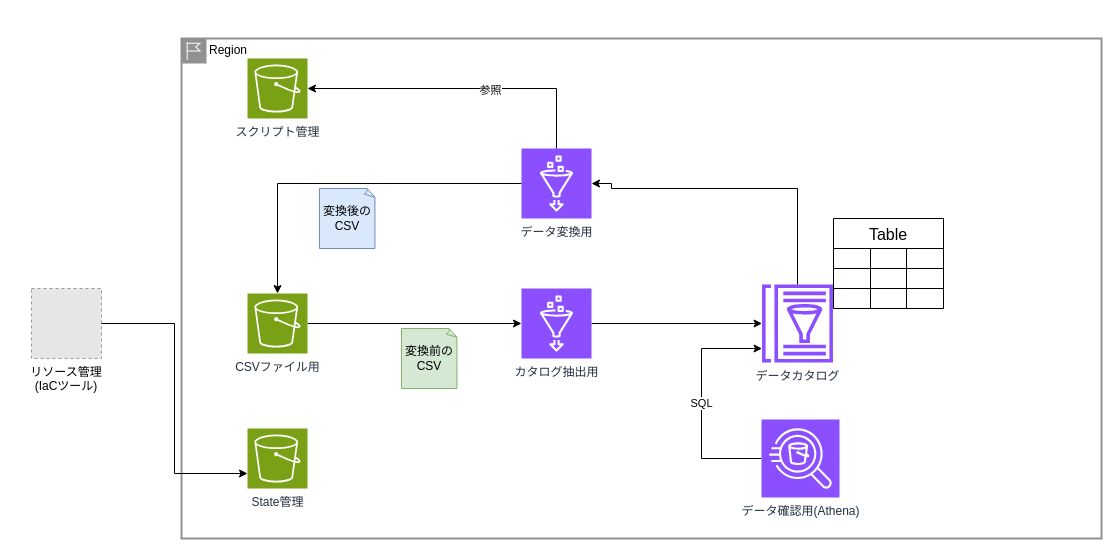
atomisu0312/stock_csv_glue keeps this draw.io diagram as presentation/doc/pieline.drawio. Above is the earlier version. Source tidied: cells renumbered, new cells numbered last; positions are measured from the earlier drawing's top-left corner, leaving out a move shared by most shapes. Both pictures are drawn from the tidied source at 100%, with x=0, y=0 at pixel (31, 38). Pictures stored in the file or linked from it are replaced by grey dashed boxes.
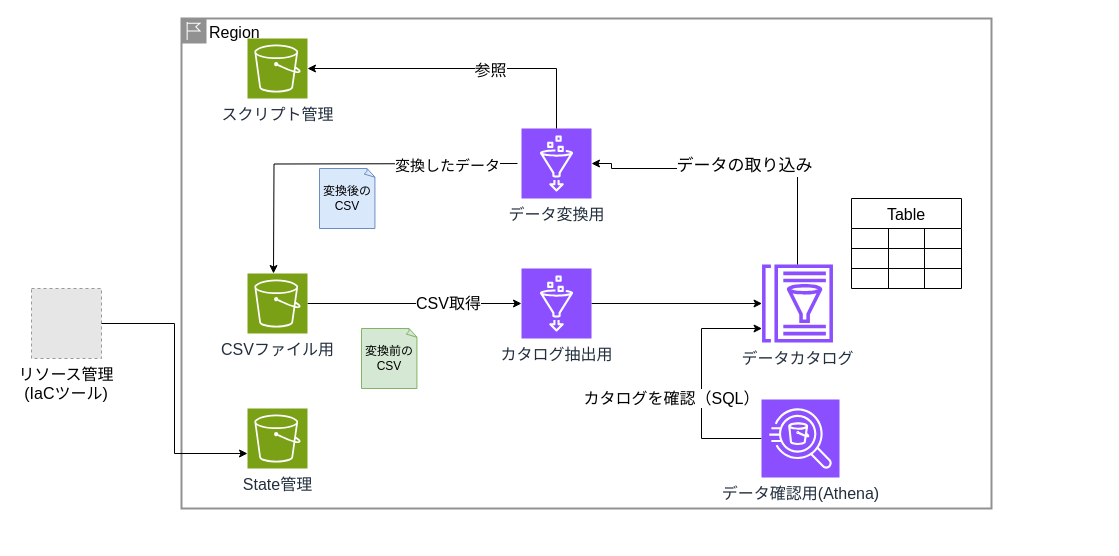
The same page after the edit.

Unchanged cells that the change refers to:
```xml
<mxCell id="3" style="edgeStyle=orthogonalEdgeStyle;rounded=0;jettySize=auto;html=1;" parent="2" edge="1" source="4" target="10">
  <mxGeometry relative="1" as="geometry" />
</mxCell>
<mxCell id="13" style="edgeStyle=orthogonalEdgeStyle;rounded=0;jettySize=auto;html=1;entryX=1;entryY=0.5;entryDx=0;entryDy=0;entryPerimeter=0;" parent="2" edge="1" source="8" target="7">
  <mxGeometry relative="1" as="geometry">
    <Array as="points">
      <mxPoint x="616" y="150" />
      <mxPoint x="430" y="150" />
      <mxPoint x="430" y="145" />
    </Array>
  </mxGeometry>
</mxCell>
<mxCell id="15" style="edgeStyle=orthogonalEdgeStyle;rounded=0;jettySize=auto;html=1;exitX=0.5;exitY=0;exitDx=0;exitDy=0;exitPerimeter=0;entryX=1;entryY=0.5;entryDx=0;entryDy=0;entryPerimeter=0;" parent="2" edge="1" source="7" target="5">
  <mxGeometry relative="1" as="geometry" />
</mxCell>
```

The edit, as a diff of the source:
```diff
@@
-    <mxCell id="2" value="Region" style="shape=mxgraph.ibm.box;prType=region;fontStyle=0;verticalAlign=top;align=left;spacingLeft=32;spacingTop=4;fillColor=none;rounded=0;whiteSpace=wrap;html=1;strokeColor=#919191;strokeWidth=2;dashed=0;spacing=-4;" parent="1" vertex="1">
-      <mxGeometry x="150" width="920" height="500" as="geometry" />
+    <mxCell id="2" value="&lt;font style=&quot;font-size: 16px;&quot;&gt;Region&lt;/font&gt;" style="shape=mxgraph.ibm.box;prType=region;fontStyle=0;verticalAlign=top;align=left;spacingLeft=32;spacingTop=4;fillColor=none;rounded=0;whiteSpace=wrap;html=1;strokeColor=#919191;strokeWidth=2;dashed=0;spacing=-4;" parent="1" vertex="1">
+      <mxGeometry x="150" y="-20" width="810" height="490" as="geometry" />
     </mxCell>
@@
+    <mxCell id="34" value="&lt;font style=&quot;font-size: 16px;&quot;&gt;CSV取得&lt;/font&gt;" style="edgeLabel;html=1;align=center;verticalAlign=middle;" parent="3" vertex="1">
+      <mxGeometry x="0.31" y="1" relative="1" as="geometry" />
+    </mxCell>
-    <mxCell id="4" value="CSVファイル用" style="sketch=0;points=[[0,0,0],[0.25,0,0],[0.5,0,0],[0.75,0,0],[1,0,0],[0,1,0],[0.25,1,0],[0.5,1,0],[0.75,1,0],[1,1,0],[0,0.25,0],[0,0.5,0],[0,0.75,0],[1,0.25,0],[1,0.5,0],[1,0.75,0]];outlineConnect=0;fontColor=#232F3E;fillColor=#7AA116;strokeColor=#ffffff;dashed=0;verticalLabelPosition=bottom;verticalAlign=top;align=center;html=1;fontSize=12;fontStyle=0;shape=mxgraph.aws4.resourceIcon;resIcon=mxgraph.aws4.s3;" parent="2" vertex="1">
+    <mxCell id="4" value="&lt;font style=&quot;font-size: 16px;&quot;&gt;CSVファイル用&lt;/font&gt;" style="sketch=0;points=[[0,0,0],[0.25,0,0],[0.5,0,0],[0.75,0,0],[1,0,0],[0,1,0],[0.25,1,0],[0.5,1,0],[0.75,1,0],[1,1,0],[0,0.25,0],[0,0.5,0],[0,0.75,0],[1,0.25,0],[1,0.5,0],[1,0.75,0]];outlineConnect=0;fontColor=#232F3E;fillColor=#7AA116;strokeColor=#ffffff;dashed=0;verticalLabelPosition=bottom;verticalAlign=top;align=center;html=1;fontSize=12;fontStyle=0;shape=mxgraph.aws4.resourceIcon;resIcon=mxgraph.aws4.s3;" parent="2" vertex="1">
       <mxGeometry x="66" y="255" width="60" height="60" as="geometry" />
     </mxCell>
-    <mxCell id="5" value="スクリプト管理" style="sketch=0;points=[[0,0,0],[0.25,0,0],[0.5,0,0],[0.75,0,0],[1,0,0],[0,1,0],[0.25,1,0],[0.5,1,0],[0.75,1,0],[1,1,0],[0,0.25,0],[0,0.5,0],[0,0.75,0],[1,0.25,0],[1,0.5,0],[1,0.75,0]];outlineConnect=0;fontColor=#232F3E;fillColor=#7AA116;strokeColor=#ffffff;dashed=0;verticalLabelPosition=bottom;verticalAlign=top;align=center;html=1;fontSize=12;fontStyle=0;shape=mxgraph.aws4.resourceIcon;resIcon=mxgraph.aws4.s3;" parent="2" vertex="1">
+    <mxCell id="5" value="&lt;font style=&quot;font-size: 16px;&quot;&gt;スクリプト管理&lt;/font&gt;" style="sketch=0;points=[[0,0,0],[0.25,0,0],[0.5,0,0],[0.75,0,0],[1,0,0],[0,1,0],[0.25,1,0],[0.5,1,0],[0.75,1,0],[1,1,0],[0,0.25,0],[0,0.5,0],[0,0.75,0],[1,0.25,0],[1,0.5,0],[1,0.75,0]];outlineConnect=0;fontColor=#232F3E;fillColor=#7AA116;strokeColor=#ffffff;dashed=0;verticalLabelPosition=bottom;verticalAlign=top;align=center;html=1;fontSize=12;fontStyle=0;shape=mxgraph.aws4.resourceIcon;resIcon=mxgraph.aws4.s3;" parent="2" vertex="1">
       <mxGeometry x="66" y="20" width="60" height="60" as="geometry" />
     </mxCell>
-    <mxCell id="6" value="State管理" style="sketch=0;points=[[0,0,0],[0.25,0,0],[0.5,0,0],[0.75,0,0],[1,0,0],[0,1,0],[0.25,1,0],[0.5,1,0],[0.75,1,0],[1,1,0],[0,0.25,0],[0,0.5,0],[0,0.75,0],[1,0.25,0],[1,0.5,0],[1,0.75,0]];outlineConnect=0;fontColor=#232F3E;fillColor=#7AA116;strokeColor=#ffffff;dashed=0;verticalLabelPosition=bottom;verticalAlign=top;align=center;html=1;fontSize=12;fontStyle=0;shape=mxgraph.aws4.resourceIcon;resIcon=mxgraph.aws4.s3;" parent="2" vertex="1">
+    <mxCell id="6" value="&lt;font style=&quot;font-size: 16px;&quot;&gt;State管理&lt;/font&gt;" style="sketch=0;points=[[0,0,0],[0.25,0,0],[0.5,0,0],[0.75,0,0],[1,0,0],[0,1,0],[0.25,1,0],[0.5,1,0],[0.75,1,0],[1,1,0],[0,0.25,0],[0,0.5,0],[0,0.75,0],[1,0.25,0],[1,0.5,0],[1,0.75,0]];outlineConnect=0;fontColor=#232F3E;fillColor=#7AA116;strokeColor=#ffffff;dashed=0;verticalLabelPosition=bottom;verticalAlign=top;align=center;html=1;fontSize=12;fontStyle=0;shape=mxgraph.aws4.resourceIcon;resIcon=mxgraph.aws4.s3;" parent="2" vertex="1">
       <mxGeometry x="66" y="390" width="60" height="60" as="geometry" />
     </mxCell>
-    <mxCell id="7" value="データ変換用" style="sketch=0;points=[[0,0,0],[0.25,0,0],[0.5,0,0],[0.75,0,0],[1,0,0],[0,1,0],[0.25,1,0],[0.5,1,0],[0.75,1,0],[1,1,0],[0,0.25,0],[0,0.5,0],[0,0.75,0],[1,0.25,0],[1,0.5,0],[1,0.75,0]];outlineConnect=0;fontColor=#232F3E;fillColor=#8C4FFF;strokeColor=#ffffff;dashed=0;verticalLabelPosition=bottom;verticalAlign=top;align=center;html=1;fontSize=12;fontStyle=0;shape=mxgraph.aws4.resourceIcon;resIcon=mxgraph.aws4.glue;" parent="2" vertex="1">
+    <mxCell id="7" value="&lt;font style=&quot;font-size: 16px;&quot;&gt;データ変換用&lt;/font&gt;" style="sketch=0;points=[[0,0,0],[0.25,0,0],[0.5,0,0],[0.75,0,0],[1,0,0],[0,1,0],[0.25,1,0],[0.5,1,0],[0.75,1,0],[1,1,0],[0,0.25,0],[0,0.5,0],[0,0.75,0],[1,0.25,0],[1,0.5,0],[1,0.75,0]];outlineConnect=0;fontColor=#232F3E;fillColor=#8C4FFF;strokeColor=#ffffff;dashed=0;verticalLabelPosition=bottom;verticalAlign=top;align=center;html=1;fontSize=12;fontStyle=0;shape=mxgraph.aws4.resourceIcon;resIcon=mxgraph.aws4.glue;" parent="2" vertex="1">
       <mxGeometry x="340" y="110" width="70" height="70" as="geometry" />
     </mxCell>
-    <mxCell id="8" value="データカタログ" style="sketch=0;outlineConnect=0;fontColor=#232F3E;gradientColor=none;fillColor=#8C4FFF;strokeColor=none;dashed=0;verticalLabelPosition=bottom;verticalAlign=top;align=center;html=1;fontSize=12;fontStyle=0;shape=mxgraph.aws4.glue_data_catalog;" parent="2" vertex="1">
+    <mxCell id="8" value="&lt;font style=&quot;font-size: 16px;&quot;&gt;データカタログ&lt;/font&gt;" style="sketch=0;outlineConnect=0;fontColor=#232F3E;gradientColor=none;fillColor=#8C4FFF;strokeColor=none;dashed=0;verticalLabelPosition=bottom;verticalAlign=top;align=center;html=1;fontSize=12;fontStyle=0;shape=mxgraph.aws4.glue_data_catalog;" parent="2" vertex="1">
       <mxGeometry x="580" y="246" width="72" height="78" as="geometry" />
     </mxCell>
@@
-    <mxCell id="10" value="カタログ抽出用" style="sketch=0;points=[[0,0,0],[0.25,0,0],[0.5,0,0],[0.75,0,0],[1,0,0],[0,1,0],[0.25,1,0],[0.5,1,0],[0.75,1,0],[1,1,0],[0,0.25,0],[0,0.5,0],[0,0.75,0],[1,0.25,0],[1,0.5,0],[1,0.75,0]];outlineConnect=0;fontColor=#232F3E;fillColor=#8C4FFF;strokeColor=#ffffff;dashed=0;verticalLabelPosition=bottom;verticalAlign=top;align=center;html=1;fontSize=12;fontStyle=0;shape=mxgraph.aws4.resourceIcon;resIcon=mxgraph.aws4.glue;" parent="2" vertex="1">
+    <mxCell id="10" value="&lt;font style=&quot;font-size: 16px;&quot;&gt;カタログ抽出用&lt;/font&gt;" style="sketch=0;points=[[0,0,0],[0.25,0,0],[0.5,0,0],[0.75,0,0],[1,0,0],[0,1,0],[0.25,1,0],[0.5,1,0],[0.75,1,0],[1,1,0],[0,0.25,0],[0,0.5,0],[0,0.75,0],[1,0.25,0],[1,0.5,0],[1,0.75,0]];outlineConnect=0;fontColor=#232F3E;fillColor=#8C4FFF;strokeColor=#ffffff;dashed=0;verticalLabelPosition=bottom;verticalAlign=top;align=center;html=1;fontSize=12;fontStyle=0;shape=mxgraph.aws4.resourceIcon;resIcon=mxgraph.aws4.glue;" parent="2" vertex="1">
       <mxGeometry x="340" y="250" width="70" height="70" as="geometry" />
     </mxCell>
-    <mxCell id="11" value="SQL" style="edgeStyle=orthogonalEdgeStyle;rounded=0;jettySize=auto;html=1;" parent="2" edge="1" source="12" target="8">
-      <mxGeometry relative="1" as="geometry">
+    <mxCell id="11" value="&lt;font style=&quot;font-size: 16px;&quot;&gt;カタログを確認（SQL）&lt;/font&gt;" style="edgeStyle=orthogonalEdgeStyle;rounded=0;jettySize=auto;html=1;" parent="2" edge="1" source="12" target="8">
+      <mxGeometry x="-0.13" y="30" relative="1" as="geometry">
         <Array as="points">
           <mxPoint x="520" y="420" />
           <mxPoint x="520" y="310" />
         </Array>
       </mxGeometry>
     </mxCell>
-    <mxCell id="12" value="データ確認用(Athena)" style="sketch=0;points=[[0,0,0],[0.25,0,0],[0.5,0,0],[0.75,0,0],[1,0,0],[0,1,0],[0.25,1,0],[0.5,1,0],[0.75,1,0],[1,1,0],[0,0.25,0],[0,0.5,0],[0,0.75,0],[1,0.25,0],[1,0.5,0],[1,0.75,0]];outlineConnect=0;fontColor=#232F3E;fillColor=#8C4FFF;strokeColor=#ffffff;dashed=0;verticalLabelPosition=bottom;verticalAlign=top;align=center;html=1;fontSize=12;fontStyle=0;shape=mxgraph.aws4.resourceIcon;resIcon=mxgraph.aws4.athena;" parent="2" vertex="1">
+    <mxCell id="12" value="&lt;font style=&quot;font-size: 16px;&quot;&gt;データ確認用(Athena)&lt;/font&gt;" style="sketch=0;points=[[0,0,0],[0.25,0,0],[0.5,0,0],[0.75,0,0],[1,0,0],[0,1,0],[0.25,1,0],[0.5,1,0],[0.75,1,0],[1,1,0],[0,0.25,0],[0,0.5,0],[0,0.75,0],[1,0.25,0],[1,0.5,0],[1,0.75,0]];outlineConnect=0;fontColor=#232F3E;fillColor=#8C4FFF;strokeColor=#ffffff;dashed=0;verticalLabelPosition=bottom;verticalAlign=top;align=center;html=1;fontSize=12;fontStyle=0;shape=mxgraph.aws4.resourceIcon;resIcon=mxgraph.aws4.athena;" parent="2" vertex="1">
       <mxGeometry x="580" y="381" width="78" height="78" as="geometry" />
     </mxCell>
@@
+    <mxCell id="35" value="&lt;font style=&quot;font-size: 17px;&quot;&gt;データの取り込み&lt;/font&gt;" style="edgeLabel;html=1;align=center;verticalAlign=middle;" parent="13" vertex="1">
+      <mxGeometry x="-0.02" y="-3" relative="1" as="geometry" />
+    </mxCell>
-    <mxCell id="14" style="edgeStyle=orthogonalEdgeStyle;rounded=0;jettySize=auto;html=1;exitX=0;exitY=0.5;exitDx=0;exitDy=0;exitPerimeter=0;entryX=0.5;entryY=0;entryDx=0;entryDy=0;entryPerimeter=0;" parent="2" edge="1" source="7" target="4">
-      <mxGeometry relative="1" as="geometry" />
+    <mxCell id="14" style="edgeStyle=orthogonalEdgeStyle;rounded=0;orthogonalLoop=1;jettySize=auto;html=1;exitX=0;exitY=0.5;exitDx=0;exitDy=0;exitPerimeter=0;entryX=0.5;entryY=0;entryDx=0;entryDy=0;entryPerimeter=0;fontSize=15;" parent="2" edge="1">
+      <mxGeometry relative="1" as="geometry">
+        <mxPoint x="336" y="145" as="sourcePoint" />
+        <mxPoint x="92" y="255" as="targetPoint" />
+      </mxGeometry>
     </mxCell>
+    <mxCell id="36" value="&lt;font style=&quot;font-size: 15px;&quot;&gt;変換したデータ&lt;/font&gt;" style="edgeLabel;html=1;align=center;verticalAlign=middle;" parent="14" vertex="1">
+      <mxGeometry x="-0.6" y="1" relative="1" as="geometry" />
+    </mxCell>
@@
-    <mxCell id="16" value="参照" style="edgeLabel;html=1;align=center;verticalAlign=middle;" parent="15" vertex="1">
+    <mxCell id="16" value="&lt;font style=&quot;font-size: 16px;&quot;&gt;参照&lt;/font&gt;" style="edgeLabel;html=1;align=center;verticalAlign=middle;" parent="15" vertex="1">
       <mxGeometry x="-0.18" y="1" relative="1" as="geometry" />
     </mxCell>
@@
     <mxCell id="18" value="変換前のCSV" style="whiteSpace=wrap;html=1;shape=mxgraph.basic.document;fillColor=#d5e8d4;strokeColor=#82b366;" parent="2" vertex="1">
-      <mxGeometry x="220" y="290" width="56" height="60" as="geometry" />
+      <mxGeometry x="180" y="310" width="56" height="60" as="geometry" />
     </mxCell>
     <mxCell id="19" value="Table" style="shape=table;startSize=30;childLayout=tableLayout;strokeColor=default;fontSize=16;" parent="2" vertex="1">
-      <mxGeometry x="652" y="180" width="110" height="90" as="geometry" />
+      <mxGeometry x="670" y="180" width="110" height="90" as="geometry" />
     </mxCell>
@@
-    <mxCell id="32" value="リソース管理&#10;(IaCツール)" style="fillColor=#E6E6E6;strokeColor=#999999;dashed=1;verticalLabelPosition=bottom;labelBackgroundColor=default;verticalAlign=top;" parent="1" vertex="1">
+    <mxCell id="32" value="リソース管理&#10;(IaCツール)" style="fillColor=#E6E6E6;strokeColor=#999999;dashed=1;verticalLabelPosition=bottom;labelBackgroundColor=default;verticalAlign=top;fontSize=16;" parent="1" vertex="1">
       <mxGeometry y="250" width="70" height="70" as="geometry" />
     </mxCell>
```
